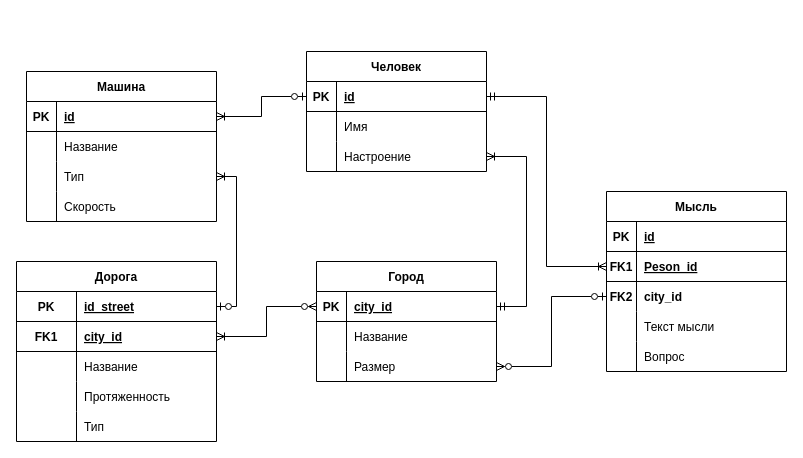
Above: bd_1.drawio in Azat2202/BD_lab3 (draw.io), before the change. Source tidied: cells renumbered, new cells numbered last; positions are measured from the earlier drawing's top-left corner, leaving out a move shared by most shapes. Both pictures are drawn from the tidied source at 100%, with x=0, y=0 at pixel (16, 51).
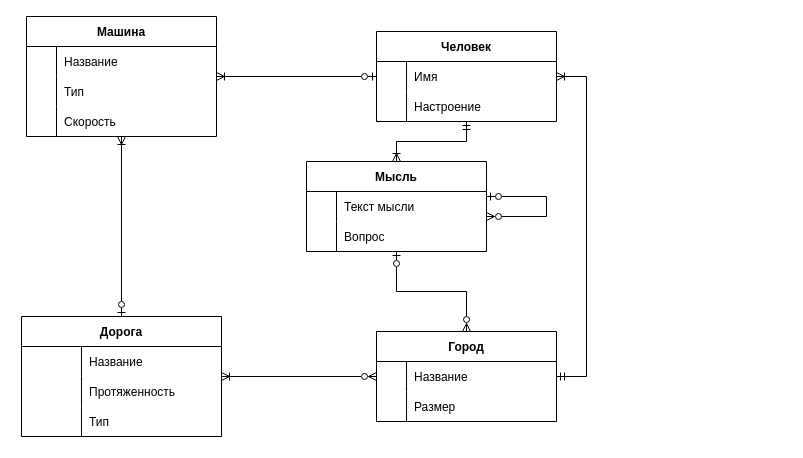
Above is the later version.

Commit message:
Ошибки указанные преподавателем

The edit, as a diff of the source:
```diff
@@
     <mxCell id="2" value="Город" style="shape=table;startSize=30;childLayout=tableLayout;rowLines=0;fontStyle=1;align=center;" parent="1" vertex="1">
-      <mxGeometry x="300" y="210" width="180" height="120" as="geometry" />
+      <mxGeometry x="360" y="280" width="180" height="90" as="geometry" />
     </mxCell>
-    <mxCell id="3" style="shape=tableRow;horizontal=0;startSize=0;swimlaneHead=0;swimlaneBody=0;fillColor=none;points=[[0,0.5],[1,0.5]];portConstraint=eastwest;top=0;left=0;right=0;bottom=1;" parent="2" vertex="1">
-      <mxGeometry y="30" width="180" height="30" as="geometry" />
-    </mxCell>
-    <mxCell id="4" value="PK" style="shape=partialRectangle;fillColor=none;top=0;left=0;bottom=0;right=0;fontStyle=1;overflow=hidden;" parent="3" vertex="1">
-      <mxGeometry width="30" height="30" as="geometry" />
-    </mxCell>
-    <mxCell id="5" value="city_id" style="shape=partialRectangle;fillColor=none;top=0;left=0;bottom=0;right=0;align=left;spacingLeft=6;fontStyle=5;overflow=hidden;" parent="3" vertex="1">
-      <mxGeometry x="30" width="150" height="30" as="geometry" />
-    </mxCell>
     <mxCell id="6" style="shape=tableRow;horizontal=0;startSize=0;swimlaneHead=0;swimlaneBody=0;fillColor=none;top=0;left=0;right=0;bottom=0;" parent="2" vertex="1">
-      <mxGeometry y="60" width="180" height="30" as="geometry" />
+      <mxGeometry y="30" width="180" height="30" as="geometry" />
     </mxCell>
@@
     <mxCell id="9" style="shape=tableRow;horizontal=0;startSize=0;swimlaneHead=0;swimlaneBody=0;fillColor=none;points=[[0,0.5],[1,0.5]];portConstraint=eastwest;top=0;left=0;right=0;bottom=0;" parent="2" vertex="1">
-      <mxGeometry y="90" width="180" height="30" as="geometry" />
+      <mxGeometry y="60" width="180" height="30" as="geometry" />
     </mxCell>
@@
     <mxCell id="12" value="Машина" style="shape=table;startSize=30;childLayout=tableLayout;rowLines=0;fontStyle=1;align=center;" parent="1" vertex="1">
-      <mxGeometry x="10" y="20" width="190" height="150" as="geometry" />
+      <mxGeometry x="10" y="-35" width="190" height="120" as="geometry" />
     </mxCell>
-    <mxCell id="13" style="shape=tableRow;horizontal=0;startSize=0;swimlaneHead=0;swimlaneBody=0;fillColor=none;points=[[0,0.5],[1,0.5]];portConstraint=eastwest;top=0;left=0;right=0;bottom=1;" parent="12" vertex="1">
-      <mxGeometry y="30" width="190" height="30" as="geometry" />
-    </mxCell>
-    <mxCell id="14" value="PK" style="shape=partialRectangle;fillColor=none;top=0;left=0;bottom=0;right=0;fontStyle=1;overflow=hidden;" parent="13" vertex="1">
-      <mxGeometry width="30" height="30" as="geometry" />
-    </mxCell>
-    <mxCell id="15" value="id" style="shape=partialRectangle;fillColor=none;top=0;left=0;bottom=0;right=0;align=left;spacingLeft=6;fontStyle=5;overflow=hidden;" parent="13" vertex="1">
-      <mxGeometry x="30" width="160" height="30" as="geometry" />
-    </mxCell>
     <mxCell id="16" style="shape=tableRow;horizontal=0;startSize=0;swimlaneHead=0;swimlaneBody=0;fillColor=none;top=0;left=0;right=0;bottom=0;" parent="12" vertex="1">
-      <mxGeometry y="60" width="190" height="30" as="geometry" />
+      <mxGeometry y="30" width="190" height="30" as="geometry" />
     </mxCell>
@@
     <mxCell id="19" style="shape=tableRow;horizontal=0;startSize=0;swimlaneHead=0;swimlaneBody=0;fillColor=none;points=[[0,0.5],[1,0.5]];portConstraint=eastwest;top=0;left=0;right=0;bottom=0;" parent="12" vertex="1">
-      <mxGeometry y="90" width="190" height="30" as="geometry" />
+      <mxGeometry y="60" width="190" height="30" as="geometry" />
     </mxCell>
@@
     <mxCell id="22" style="shape=tableRow;horizontal=0;startSize=0;swimlaneHead=0;swimlaneBody=0;fillColor=none;top=0;left=0;right=0;bottom=0;" parent="12" vertex="1">
-      <mxGeometry y="120" width="190" height="30" as="geometry" />
+      <mxGeometry y="90" width="190" height="30" as="geometry" />
     </mxCell>
@@
     <mxCell id="25" value="Человек" style="shape=table;startSize=30;childLayout=tableLayout;rowLines=0;fontStyle=1;align=center;" parent="1" vertex="1">
-      <mxGeometry x="290" width="180" height="120" as="geometry" />
+      <mxGeometry x="360" y="-20" width="180" height="90" as="geometry" />
     </mxCell>
-    <mxCell id="26" style="shape=tableRow;horizontal=0;startSize=0;swimlaneHead=0;swimlaneBody=0;fillColor=none;points=[[0,0.5],[1,0.5]];portConstraint=eastwest;top=0;left=0;right=0;bottom=1;" parent="25" vertex="1">
-      <mxGeometry y="30" width="180" height="30" as="geometry" />
-    </mxCell>
-    <mxCell id="27" value="PK" style="shape=partialRectangle;fillColor=none;top=0;left=0;bottom=0;right=0;fontStyle=1;overflow=hidden;" parent="26" vertex="1">
-      <mxGeometry width="30" height="30" as="geometry" />
-    </mxCell>
-    <mxCell id="28" value="id" style="shape=partialRectangle;fillColor=none;top=0;left=0;bottom=0;right=0;align=left;spacingLeft=6;fontStyle=5;overflow=hidden;" parent="26" vertex="1">
-      <mxGeometry x="30" width="150" height="30" as="geometry" />
-    </mxCell>
     <mxCell id="29" style="shape=tableRow;horizontal=0;startSize=0;swimlaneHead=0;swimlaneBody=0;fillColor=none;top=0;left=0;right=0;bottom=0;" parent="25" vertex="1">
-      <mxGeometry y="60" width="180" height="30" as="geometry" />
+      <mxGeometry y="30" width="180" height="30" as="geometry" />
     </mxCell>
@@
     <mxCell id="32" style="shape=tableRow;horizontal=0;startSize=0;swimlaneHead=0;swimlaneBody=0;fillColor=none;points=[[0,0.5],[1,0.5]];portConstraint=eastwest;top=0;left=0;right=0;bottom=0;" parent="25" vertex="1">
-      <mxGeometry y="90" width="180" height="30" as="geometry" />
+      <mxGeometry y="60" width="180" height="30" as="geometry" />
     </mxCell>
@@
     <mxCell id="35" value="Мысль" style="shape=table;startSize=30;childLayout=tableLayout;rowLines=0;fontStyle=1;align=center;" parent="1" vertex="1">
-      <mxGeometry x="590" y="140" width="180" height="180" as="geometry" />
+      <mxGeometry x="290" y="110" width="180" height="90" as="geometry" />
     </mxCell>
-    <mxCell id="36" style="shape=tableRow;horizontal=0;startSize=0;swimlaneHead=0;swimlaneBody=0;fillColor=none;top=0;left=0;right=0;bottom=1;" parent="35" vertex="1">
-      <mxGeometry y="30" width="180" height="30" as="geometry" />
-    </mxCell>
-    <mxCell id="37" value="PK" style="shape=partialRectangle;fillColor=none;top=0;left=0;bottom=0;right=0;fontStyle=1;overflow=hidden;" parent="36" vertex="1">
-      <mxGeometry width="30" height="30" as="geometry" />
-    </mxCell>
-    <mxCell id="38" value="id" style="shape=partialRectangle;fillColor=none;top=0;left=0;bottom=0;right=0;align=left;spacingLeft=6;fontStyle=5;overflow=hidden;" parent="36" vertex="1">
-      <mxGeometry x="30" width="150" height="30" as="geometry" />
-    </mxCell>
-    <mxCell id="39" style="shape=tableRow;horizontal=0;startSize=0;swimlaneHead=0;swimlaneBody=0;fillColor=none;points=[[0,0.5],[1,0.5]];portConstraint=eastwest;top=0;left=0;right=0;bottom=1;" parent="35" vertex="1">
-      <mxGeometry y="60" width="180" height="30" as="geometry" />
-    </mxCell>
-    <mxCell id="40" value="FK1" style="shape=partialRectangle;fillColor=none;top=0;left=0;bottom=0;right=0;fontStyle=1;overflow=hidden;" parent="39" vertex="1">
-      <mxGeometry width="30" height="30" as="geometry" />
-    </mxCell>
-    <mxCell id="41" value="Peson_id" style="shape=partialRectangle;fillColor=none;top=0;left=0;bottom=0;right=0;align=left;spacingLeft=6;fontStyle=5;overflow=hidden;" parent="39" vertex="1">
-      <mxGeometry x="30" width="150" height="30" as="geometry" />
-    </mxCell>
-    <mxCell id="42" style="shape=tableRow;horizontal=0;startSize=0;swimlaneHead=0;swimlaneBody=0;fillColor=none;points=[[0,0.5],[1,0.5]];portConstraint=eastwest;top=0;left=0;right=0;bottom=0;" parent="35" vertex="1">
-      <mxGeometry y="90" width="180" height="30" as="geometry" />
-    </mxCell>
-    <mxCell id="43" value="FK2" style="shape=partialRectangle;fillColor=none;top=0;left=0;bottom=0;right=0;overflow=hidden;fontStyle=1;" parent="42" vertex="1">
-      <mxGeometry width="30" height="30" as="geometry" />
-    </mxCell>
-    <mxCell id="44" value="city_id" style="shape=partialRectangle;fillColor=none;top=0;left=0;bottom=0;right=0;align=left;spacingLeft=6;overflow=hidden;fontStyle=1;" parent="42" vertex="1">
-      <mxGeometry x="30" width="150" height="30" as="geometry" />
-    </mxCell>
     <mxCell id="45" style="shape=tableRow;horizontal=0;startSize=0;swimlaneHead=0;swimlaneBody=0;fillColor=none;top=0;left=0;right=0;bottom=0;" parent="35" vertex="1">
-      <mxGeometry y="120" width="180" height="30" as="geometry" />
+      <mxGeometry y="30" width="180" height="30" as="geometry" />
     </mxCell>
@@
     <mxCell id="48" style="shape=tableRow;horizontal=0;startSize=0;swimlaneHead=0;swimlaneBody=0;fillColor=none;top=0;left=0;right=0;bottom=0;" parent="35" vertex="1">
-      <mxGeometry y="150" width="180" height="30" as="geometry" />
+      <mxGeometry y="60" width="180" height="30" as="geometry" />
     </mxCell>
@@
     <mxCell id="51" value="Дорога" style="shape=table;startSize=30;childLayout=tableLayout;rowLines=0;fontStyle=1;align=center;" parent="1" vertex="1">
-      <mxGeometry y="210" width="200" height="180" as="geometry" />
+      <mxGeometry x="5" y="265" width="200" height="120" as="geometry" />
     </mxCell>
-    <mxCell id="52" style="shape=tableRow;horizontal=0;startSize=0;swimlaneHead=0;swimlaneBody=0;fillColor=none;points=[[0,0.5],[1,0.5]];portConstraint=eastwest;top=0;left=0;right=0;bottom=1;" parent="51" vertex="1">
-      <mxGeometry y="30" width="200" height="30" as="geometry" />
-    </mxCell>
-    <mxCell id="53" value="PK" style="shape=partialRectangle;fillColor=none;top=0;left=0;bottom=0;right=0;fontStyle=1;overflow=hidden;" parent="52" vertex="1">
-      <mxGeometry width="60" height="30" as="geometry" />
-    </mxCell>
-    <mxCell id="54" value="id_street" style="shape=partialRectangle;fillColor=none;top=0;left=0;bottom=0;right=0;align=left;spacingLeft=6;fontStyle=5;overflow=hidden;" parent="52" vertex="1">
-      <mxGeometry x="60" width="140" height="30" as="geometry" />
-    </mxCell>
-    <mxCell id="55" style="shape=tableRow;horizontal=0;startSize=0;swimlaneHead=0;swimlaneBody=0;fillColor=none;points=[[0,0.5],[1,0.5]];portConstraint=eastwest;top=0;left=0;right=0;bottom=1;" parent="51" vertex="1">
-      <mxGeometry y="60" width="200" height="30" as="geometry" />
-    </mxCell>
-    <mxCell id="56" value="FK1" style="shape=partialRectangle;fillColor=none;top=0;left=0;bottom=0;right=0;fontStyle=1;overflow=hidden;" parent="55" vertex="1">
-      <mxGeometry width="60" height="30" as="geometry" />
-    </mxCell>
-    <mxCell id="57" value="city_id" style="shape=partialRectangle;fillColor=none;top=0;left=0;bottom=0;right=0;align=left;spacingLeft=6;fontStyle=5;overflow=hidden;" parent="55" vertex="1">
-      <mxGeometry x="60" width="140" height="30" as="geometry" />
-    </mxCell>
     <mxCell id="58" style="shape=tableRow;horizontal=0;startSize=0;swimlaneHead=0;swimlaneBody=0;fillColor=none;top=0;left=0;right=0;bottom=0;" parent="51" vertex="1">
-      <mxGeometry y="90" width="200" height="30" as="geometry" />
+      <mxGeometry y="30" width="200" height="30" as="geometry" />
     </mxCell>
@@
     <mxCell id="61" style="shape=tableRow;horizontal=0;startSize=0;swimlaneHead=0;swimlaneBody=0;fillColor=none;top=0;left=0;right=0;bottom=0;" parent="51" vertex="1">
-      <mxGeometry y="120" width="200" height="30" as="geometry" />
+      <mxGeometry y="60" width="200" height="30" as="geometry" />
     </mxCell>
@@
     <mxCell id="64" style="shape=tableRow;horizontal=0;startSize=0;swimlaneHead=0;swimlaneBody=0;fillColor=none;top=0;left=0;right=0;bottom=0;" parent="51" vertex="1">
-      <mxGeometry y="150" width="200" height="30" as="geometry" />
+      <mxGeometry y="90" width="200" height="30" as="geometry" />
     </mxCell>
@@
-    <mxCell id="67" style="edgeStyle=entityRelationEdgeStyle;fontSize=12;html=1;endArrow=ERoneToMany;startArrow=ERmandOne;rounded=0;startFill=0;endFill=0;" parent="1" edge="1" source="3" target="32">
+    <mxCell id="67" style="edgeStyle=entityRelationEdgeStyle;fontSize=12;html=1;endArrow=ERoneToMany;startArrow=ERmandOne;rounded=0;startFill=0;endFill=0;" parent="1" edge="1" source="2" target="25">
       <mxGeometry relative="1" as="geometry" />
     </mxCell>
-    <mxCell id="68" style="edgeStyle=orthogonalEdgeStyle;rounded=0;jumpStyle=none;jettySize=auto;html=1;entryX=1;entryY=0.5;entryDx=0;entryDy=0;startArrow=ERzeroToOne;startFill=0;endArrow=ERoneToMany;endFill=0;" parent="1" edge="1" source="52" target="19">
+    <mxCell id="68" style="edgeStyle=orthogonalEdgeStyle;rounded=0;jumpStyle=none;jettySize=auto;html=1;startArrow=ERzeroToOne;startFill=0;endArrow=ERoneToMany;endFill=0;" parent="1" edge="1" source="51" target="12">
       <mxGeometry relative="1" as="geometry" />
     </mxCell>
-    <mxCell id="69" style="edgeStyle=orthogonalEdgeStyle;rounded=0;jumpStyle=none;jettySize=auto;html=1;entryX=0;entryY=0.5;entryDx=0;entryDy=0;startArrow=ERoneToMany;startFill=0;endArrow=ERzeroToMany;endFill=0;" parent="1" edge="1" source="55" target="3">
+    <mxCell id="69" style="edgeStyle=orthogonalEdgeStyle;rounded=0;jumpStyle=none;jettySize=auto;html=1;startArrow=ERoneToMany;startFill=0;endArrow=ERzeroToMany;endFill=0;" parent="1" edge="1" source="51" target="2">
       <mxGeometry relative="1" as="geometry" />
     </mxCell>
-    <mxCell id="70" style="edgeStyle=orthogonalEdgeStyle;rounded=0;jumpStyle=none;jettySize=auto;html=1;entryX=1;entryY=0.5;entryDx=0;entryDy=0;startArrow=ERoneToMany;startFill=0;endArrow=ERmandOne;endFill=0;" parent="1" edge="1" source="39" target="26">
+    <mxCell id="70" style="edgeStyle=orthogonalEdgeStyle;rounded=0;jumpStyle=none;jettySize=auto;html=1;startArrow=ERoneToMany;startFill=0;endArrow=ERmandOne;endFill=0;" parent="1" edge="1" source="35" target="25">
       <mxGeometry relative="1" as="geometry" />
     </mxCell>
-    <mxCell id="71" style="edgeStyle=orthogonalEdgeStyle;rounded=0;jumpStyle=none;jettySize=auto;html=1;startArrow=ERzeroToOne;startFill=0;endArrow=ERzeroToMany;endFill=0;" parent="1" edge="1" source="42" target="9">
+    <mxCell id="71" style="edgeStyle=orthogonalEdgeStyle;rounded=0;jumpStyle=none;jettySize=auto;html=1;startArrow=ERzeroToOne;startFill=0;endArrow=ERzeroToMany;endFill=0;" parent="1" edge="1" source="35" target="2">
       <mxGeometry relative="1" as="geometry" />
     </mxCell>
-    <mxCell id="72" style="edgeStyle=orthogonalEdgeStyle;rounded=0;jumpStyle=none;jettySize=auto;html=1;entryX=0;entryY=0.5;entryDx=0;entryDy=0;startArrow=ERoneToMany;startFill=0;endArrow=ERzeroToOne;endFill=0;" parent="1" edge="1" source="13" target="26">
+    <mxCell id="72" style="edgeStyle=orthogonalEdgeStyle;rounded=0;jumpStyle=none;jettySize=auto;html=1;startArrow=ERoneToMany;startFill=0;endArrow=ERzeroToOne;endFill=0;" parent="1" edge="1" source="12" target="25">
       <mxGeometry relative="1" as="geometry" />
     </mxCell>
+    <mxCell id="73" style="edgeStyle=orthogonalEdgeStyle;rounded=0;orthogonalLoop=1;jettySize=auto;html=1;startArrow=ERzeroToOne;startFill=0;endArrow=ERzeroToMany;endFill=0;" parent="1" edge="1" source="35" target="35">
+      <mxGeometry relative="1" as="geometry">
+        <Array as="points">
+          <mxPoint x="530" y="160" />
+        </Array>
+      </mxGeometry>
+    </mxCell>
```
